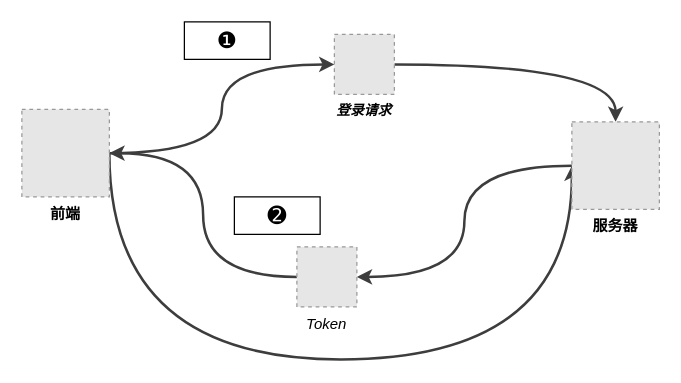
Above: map/token.drawio in msqtt/Sources (draw.io), before the change. Source tidied: cells renumbered, new cells numbered last; positions are measured from the earlier drawing's top-left corner, leaving out a move shared by most shapes. Both pictures are drawn from the tidied source at 125%, with x=0, y=0 at pixel (21, 21). Pictures stored in the file or linked from it are replaced by grey dashed boxes.
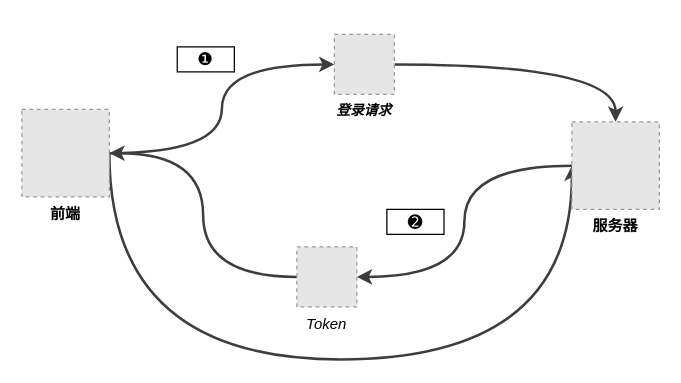
The same page after the edit.

Diff of the diagram source:
```diff
@@
 <mxGraphModel>
   <root>
     <mxCell id="0" />
     <mxCell id="1" parent="0" />
     <mxCell id="2" style="edgeStyle=orthogonalEdgeStyle;rounded=0;jettySize=auto;html=1;entryX=0;entryY=0.5;entryDx=0;entryDy=0;curved=1;strokeWidth=2;strokeColor=#3D3D3D;" parent="1" edge="1" source="4" target="6">
       <mxGeometry relative="1" as="geometry" />
     </mxCell>
     <mxCell id="3" style="edgeStyle=orthogonalEdgeStyle;rounded=0;jettySize=auto;html=1;exitX=1;exitY=0.5;exitDx=0;exitDy=0;entryX=0;entryY=0.5;entryDx=0;entryDy=0;curved=1;fontSize=12;strokeWidth=2;strokeColor=#3D3D3D;" parent="1" edge="1" source="4" target="8">
       <mxGeometry relative="1" as="geometry">
         <Array as="points">
           <mxPoint x="70" y="270" />
           <mxPoint x="440" y="270" />
         </Array>
       </mxGeometry>
     </mxCell>
     <mxCell id="4" value="前端" style="fillColor=#E6E6E6;strokeColor=#999999;dashed=1;verticalLabelPosition=bottom;verticalAlign=top;fontStyle=1;" parent="1" vertex="1">
       <mxGeometry y="70" width="70" height="70" as="geometry" />
     </mxCell>
     <mxCell id="5" style="edgeStyle=orthogonalEdgeStyle;rounded=0;jettySize=auto;html=1;entryX=0.5;entryY=0;entryDx=0;entryDy=0;strokeColor=#3D3D3D;curved=1;strokeWidth=2;" parent="1" edge="1" source="6" target="8">
       <mxGeometry relative="1" as="geometry" />
     </mxCell>
     <mxCell id="6" value="登录请求" style="fillColor=#E6E6E6;strokeColor=#999999;dashed=1;verticalLabelPosition=bottom;verticalAlign=top;fontStyle=3;fontSize=11;" parent="1" vertex="1">
       <mxGeometry x="250" y="10" width="48" height="48" as="geometry" />
     </mxCell>
     <mxCell id="7" style="edgeStyle=orthogonalEdgeStyle;rounded=0;jettySize=auto;html=1;entryX=1;entryY=0.5;entryDx=0;entryDy=0;curved=1;strokeWidth=2;strokeColor=#3D3D3D;" parent="1" edge="1" source="8" target="10">
       <mxGeometry relative="1" as="geometry" />
     </mxCell>
     <mxCell id="8" value="服务器" style="fillColor=#E6E6E6;strokeColor=#999999;dashed=1;verticalLabelPosition=bottom;verticalAlign=top;fontStyle=1;" parent="1" vertex="1">
       <mxGeometry x="440" y="80" width="70" height="70" as="geometry" />
     </mxCell>
     <mxCell id="9" style="edgeStyle=orthogonalEdgeStyle;rounded=0;jettySize=auto;html=1;entryX=1;entryY=0.5;entryDx=0;entryDy=0;curved=1;strokeWidth=2;strokeColor=#3D3D3D;" parent="1" edge="1" source="10" target="4">
       <mxGeometry relative="1" as="geometry" />
     </mxCell>
     <mxCell id="10" value="Token" style="fillColor=#E6E6E6;strokeColor=#999999;dashed=1;verticalLabelPosition=bottom;verticalAlign=top;fontStyle=2;" parent="1" vertex="1">
       <mxGeometry x="220" y="180" width="48" height="48" as="geometry" />
     </mxCell>
-    <mxCell id="11" value="❶" style="html=1;whiteSpace=wrap;fontSize=18;" parent="1" vertex="1">
-      <mxGeometry x="130" width="68.6" height="30" as="geometry" />
+    <mxCell id="11" value="❶" style="html=1;whiteSpace=wrap;fontSize=14;" parent="1" vertex="1">
+      <mxGeometry x="124.3" y="20" width="45.7" height="20" as="geometry" />
     </mxCell>
-    <mxCell id="12" value="➋" style="html=1;whiteSpace=wrap;fontSize=18;" parent="1" vertex="1">
-      <mxGeometry x="170" y="140" width="68.6" height="30" as="geometry" />
+    <mxCell id="12" value="➋" style="html=1;whiteSpace=wrap;fontSize=14;" parent="1" vertex="1">
+      <mxGeometry x="292" y="150" width="45.7" height="20" as="geometry" />
     </mxCell>
   </root>
 </mxGraphModel>
```
